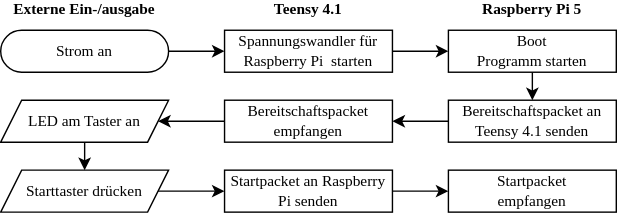
Above: doc/diagrams/rpiHandshake.drawio.svg in TerraForces/WRO2026-Future-Engineers (draw.io), before the change. Source tidied: cells renumbered, new cells last; positions are measured from the earlier drawing's top-left corner, leaving out a move shared by most shapes.
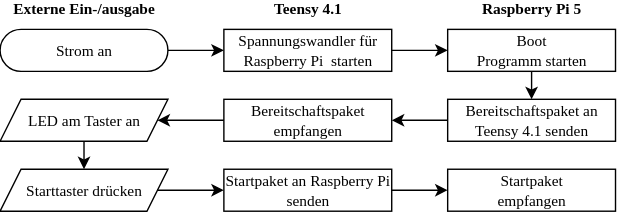
The same file after the commit.

Change to the diagram source:
```diff
@@ -20,10 +20,10 @@
     <mxCell id="7" value="Raspberry Pi 5" style="text;html=1;whiteSpace=wrap;strokeColor=none;fillColor=none;align=center;verticalAlign=middle;rounded=0;fontSize=11;fontFamily=Ubuntu Sans;fontStyle=1;" parent="1" vertex="1">
       <mxGeometry x="320" width="120" height="10" as="geometry" />
     </mxCell>
-    <mxCell id="8" value="Bereitschaftspacket an Teensy 4.1 senden" style="html=1;dashed=0;whiteSpace=wrap;fontSize=11;fontFamily=Ubuntu Sans;" parent="1" vertex="1">
+    <mxCell id="8" value="Bereitschaftspa&lt;span style=&quot;background-color: transparent; color: light-dark(rgb(0, 0, 0), rgb(255, 255, 255));&quot;&gt;ket an Teensy 4.1 senden&lt;/span&gt;" style="html=1;dashed=0;whiteSpace=wrap;fontSize=11;fontFamily=Ubuntu Sans;" parent="1" vertex="1">
       <mxGeometry x="320" y="70" width="120" height="30" as="geometry" />
     </mxCell>
-    <mxCell id="9" value="Bereitschaftspacket empfangen" style="html=1;dashed=0;whiteSpace=wrap;fontSize=11;fontFamily=Ubuntu Sans;" parent="1" vertex="1">
+    <mxCell id="9" value="Bereitschaftspaket empfangen" style="html=1;dashed=0;whiteSpace=wrap;fontSize=11;fontFamily=Ubuntu Sans;" parent="1" vertex="1">
       <mxGeometry x="160" y="70" width="120" height="30" as="geometry" />
     </mxCell>
     <mxCell id="10" value="LED am Taster an" style="shape=parallelogram;perimeter=parallelogramPerimeter;whiteSpace=wrap;html=1;dashed=0;size=0.125;fontSize=11;fontFamily=Ubuntu Sans;" parent="1" vertex="1">
@@ -50,10 +50,10 @@
     <mxCell id="17" style="endArrow=classic;html=1;rounded=0;exitX=0.5;exitY=1;exitDx=0;exitDy=0;entryX=0.5;entryY=0;entryDx=0;entryDy=0;" parent="1" edge="1" source="10" target="16">
       <mxGeometry relative="1" as="geometry" />
     </mxCell>
-    <mxCell id="18" value="Startpacket an Raspberry Pi senden" style="html=1;dashed=0;whiteSpace=wrap;fontSize=11;fontFamily=Ubuntu Sans;" parent="1" vertex="1">
+    <mxCell id="18" value="Startpaket an Raspberry Pi senden" style="html=1;dashed=0;whiteSpace=wrap;fontSize=11;fontFamily=Ubuntu Sans;" parent="1" vertex="1">
       <mxGeometry x="160" y="120" width="120" height="30" as="geometry" />
     </mxCell>
-    <mxCell id="19" value="Startpacket&lt;div&gt;empfangen&lt;/div&gt;" style="html=1;dashed=0;whiteSpace=wrap;fontSize=11;fontFamily=Ubuntu Sans;" parent="1" vertex="1">
+    <mxCell id="19" value="Startpaket&lt;div&gt;empfangen&lt;/div&gt;" style="html=1;dashed=0;whiteSpace=wrap;fontSize=11;fontFamily=Ubuntu Sans;" parent="1" vertex="1">
       <mxGeometry x="320" y="120" width="120" height="30" as="geometry" />
     </mxCell>
     <mxCell id="20" style="endArrow=classic;html=1;rounded=0;exitX=1;exitY=0.5;exitDx=0;exitDy=0;entryX=0;entryY=0.5;entryDx=0;entryDy=0;" parent="1" edge="1" source="16" target="18">
```
